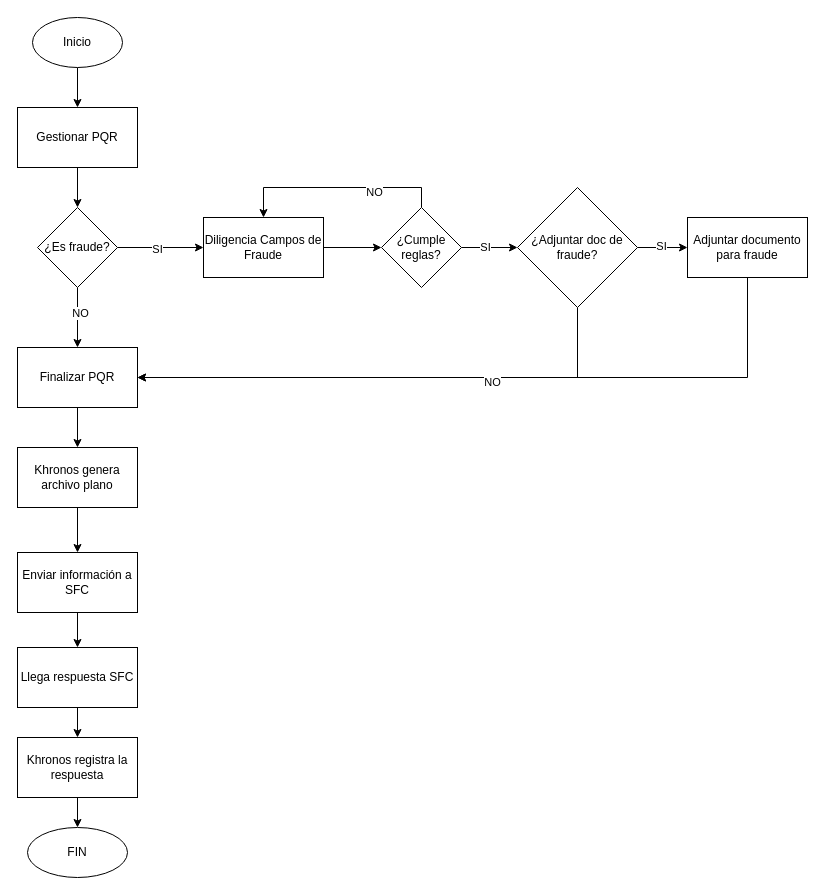
Above: page "Página-2" (2 of 2) of Khronos.drawio in PLATYPUSCO007/DRAWIO (draw.io), before the change. Source tidied: cells renumbered, new cells numbered last; positions are measured from the earlier drawing's top-left corner, leaving out a move shared by most shapes. Both pictures are drawn from the tidied source at 100%, with x=0, y=0 at pixel (17, 17).
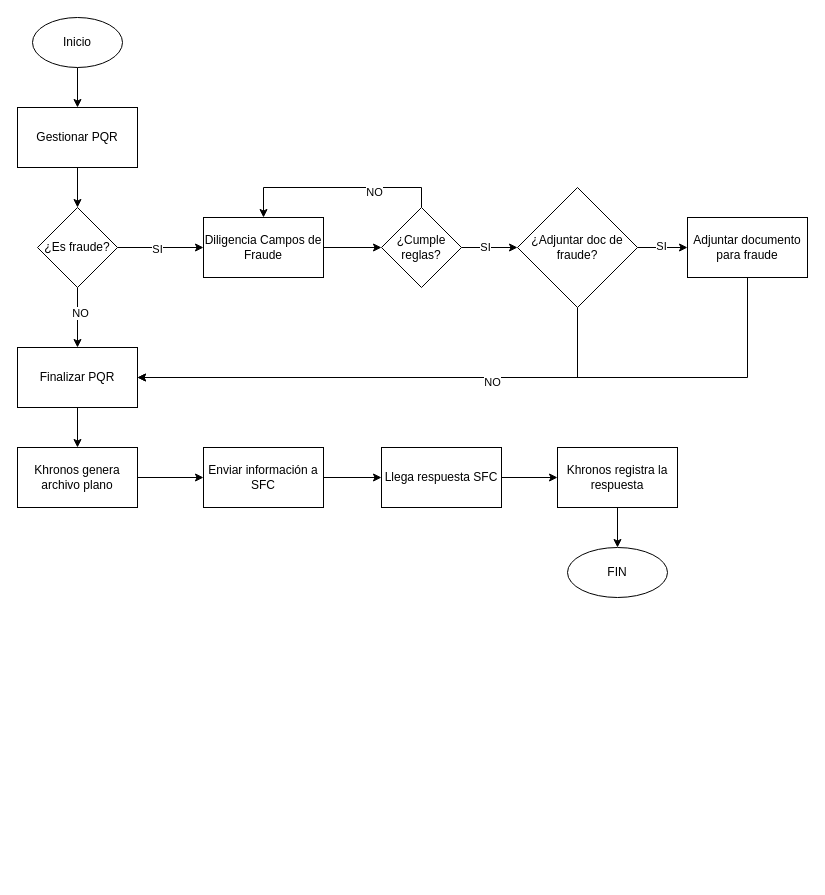
Above is the later version.

Unchanged cells that the change refers to:
```xml
<mxCell id="28" value="Khronos genera archivo plano" style="rounded=0;whiteSpace=wrap;html=1;" parent="1" vertex="1">
  <mxGeometry y="430" width="120" height="60" as="geometry" />
</mxCell>
```

Change to the diagram source:
```diff
@@
-    <mxCell id="27" style="edgeStyle=orthogonalEdgeStyle;rounded=0;jettySize=auto;html=1;exitX=0.5;exitY=1;exitDx=0;exitDy=0;" parent="1" edge="1" source="28" target="30">
+    <mxCell id="27" style="edgeStyle=orthogonalEdgeStyle;rounded=0;jettySize=auto;html=1;exitX=1;exitY=0.5;exitDx=0;exitDy=0;" parent="1" edge="1" source="28" target="30">
       <mxGeometry relative="1" as="geometry" />
     </mxCell>
@@
-    <mxCell id="29" style="edgeStyle=orthogonalEdgeStyle;rounded=0;jettySize=auto;html=1;exitX=0.5;exitY=1;exitDx=0;exitDy=0;entryX=0.5;entryY=0;entryDx=0;entryDy=0;" parent="1" edge="1" source="30" target="32">
+    <mxCell id="29" style="edgeStyle=orthogonalEdgeStyle;rounded=0;jettySize=auto;html=1;exitX=1;exitY=0.5;exitDx=0;exitDy=0;entryX=0;entryY=0.5;entryDx=0;entryDy=0;" parent="1" edge="1" source="30" target="32">
       <mxGeometry relative="1" as="geometry" />
     </mxCell>
     <mxCell id="30" value="Enviar información a SFC" style="rounded=0;whiteSpace=wrap;html=1;" parent="1" vertex="1">
-      <mxGeometry y="535" width="120" height="60" as="geometry" />
+      <mxGeometry x="186" y="430" width="120" height="60" as="geometry" />
     </mxCell>
-    <mxCell id="31" style="edgeStyle=orthogonalEdgeStyle;rounded=0;jettySize=auto;html=1;exitX=0.5;exitY=1;exitDx=0;exitDy=0;entryX=0.5;entryY=0;entryDx=0;entryDy=0;" parent="1" edge="1" source="32" target="34">
+    <mxCell id="31" style="edgeStyle=orthogonalEdgeStyle;rounded=0;jettySize=auto;html=1;exitX=1;exitY=0.5;exitDx=0;exitDy=0;entryX=0;entryY=0.5;entryDx=0;entryDy=0;" parent="1" edge="1" source="32" target="34">
       <mxGeometry relative="1" as="geometry" />
     </mxCell>
     <mxCell id="32" value="Llega respuesta SFC" style="rounded=0;whiteSpace=wrap;html=1;" parent="1" vertex="1">
-      <mxGeometry y="630" width="120" height="60" as="geometry" />
+      <mxGeometry x="364" y="430" width="120" height="60" as="geometry" />
     </mxCell>
@@
     <mxCell id="34" value="Khronos registra la respuesta" style="rounded=0;whiteSpace=wrap;html=1;" parent="1" vertex="1">
-      <mxGeometry y="720" width="120" height="60" as="geometry" />
+      <mxGeometry x="540" y="430" width="120" height="60" as="geometry" />
     </mxCell>
     <mxCell id="35" value="FIN" style="ellipse;whiteSpace=wrap;html=1;" parent="1" vertex="1">
-      <mxGeometry x="10" y="810" width="100" height="50" as="geometry" />
+      <mxGeometry x="550" y="530" width="100" height="50" as="geometry" />
     </mxCell>
```
